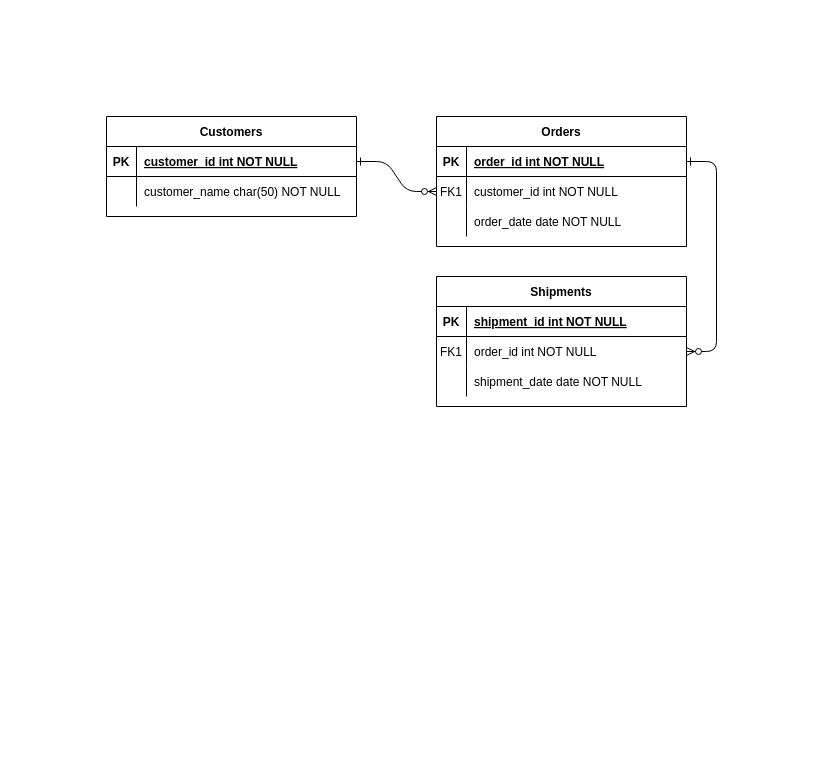
Above: Untitled Diagram.drawio in FatemeZahraAzad/repo (draw.io), before the change. Source tidied: cells renumbered, new cells numbered last; positions are measured from the earlier drawing's top-left corner, leaving out a move shared by most shapes. Both pictures are drawn from the tidied source at 100%, with x=0, y=0 at pixel (106, 116).
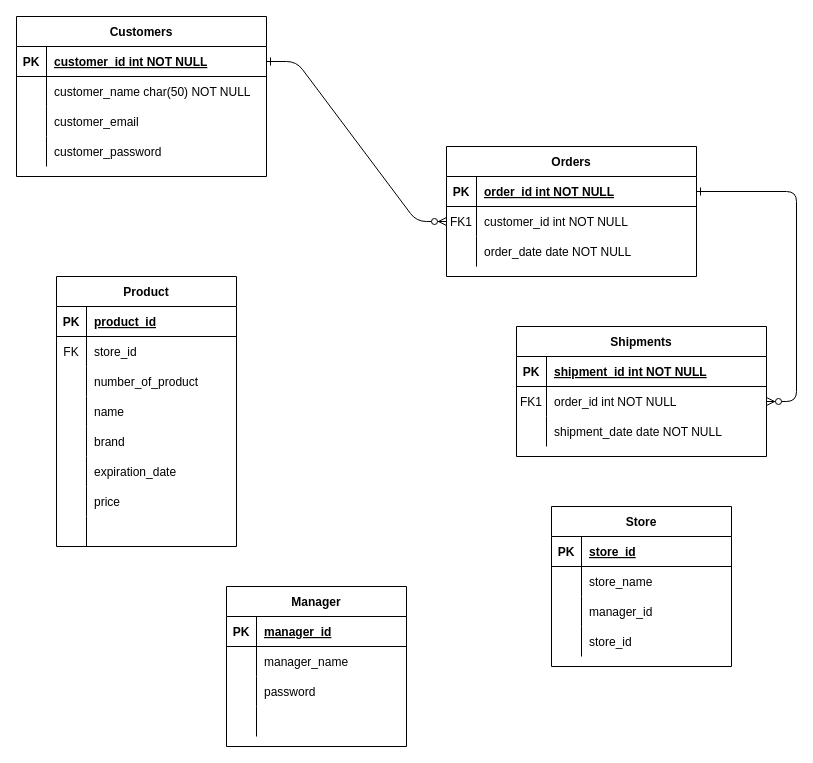
Above is the later version.

Change to the diagram source:
```diff
@@
     <mxCell id="4" value="Orders" style="shape=table;startSize=30;childLayout=tableLayout;rowLines=0;fontStyle=1;align=center;" parent="1" vertex="1">
-      <mxGeometry x="330" width="250" height="130" as="geometry" />
+      <mxGeometry x="340" y="30" width="250" height="130" as="geometry" />
     </mxCell>
@@
     <mxCell id="14" value="Shipments" style="shape=table;startSize=30;childLayout=tableLayout;rowLines=0;fontStyle=1;align=center;" parent="1" vertex="1">
-      <mxGeometry x="330" y="160" width="250" height="130" as="geometry" />
+      <mxGeometry x="410" y="210" width="250" height="130" as="geometry" />
     </mxCell>
@@
     <mxCell id="24" value="Customers" style="shape=table;startSize=30;childLayout=tableLayout;rowLines=0;fontStyle=1;align=center;" parent="1" vertex="1">
-      <mxGeometry width="250" height="100" as="geometry" />
+      <mxGeometry x="-90" y="-100" width="250" height="160" as="geometry" />
     </mxCell>
@@
+    <mxCell id="31" style="shape=partialRectangle;fillColor=none;top=0;left=0;right=0;bottom=0;" parent="24" vertex="1">
+      <mxGeometry y="60" width="250" height="30" as="geometry" />
+    </mxCell>
+    <mxCell id="32" style="shape=partialRectangle;overflow=hidden;fillColor=none;top=0;left=0;bottom=0;right=0;" parent="31" vertex="1">
+      <mxGeometry width="30" height="30" as="geometry" />
+    </mxCell>
+    <mxCell id="33" value="customer_name char(50) NOT NULL" style="shape=partialRectangle;overflow=hidden;fillColor=none;top=0;left=0;bottom=0;right=0;align=left;spacingLeft=6;" parent="31" vertex="1">
+      <mxGeometry x="30" width="220" height="30" as="geometry" />
+    </mxCell>
+    <mxCell id="34" style="shape=partialRectangle;fillColor=none;top=0;left=0;right=0;bottom=0;" parent="24" vertex="1">
+      <mxGeometry y="90" width="250" height="30" as="geometry" />
+    </mxCell>
+    <mxCell id="35" style="shape=partialRectangle;overflow=hidden;fillColor=none;top=0;left=0;bottom=0;right=0;" parent="34" vertex="1">
+      <mxGeometry width="30" height="30" as="geometry" />
+    </mxCell>
+    <mxCell id="36" value="customer_email" style="shape=partialRectangle;overflow=hidden;fillColor=none;top=0;left=0;bottom=0;right=0;align=left;spacingLeft=6;" parent="34" vertex="1">
+      <mxGeometry x="30" width="220" height="30" as="geometry" />
+    </mxCell>
     <mxCell id="28" style="shape=partialRectangle;fillColor=none;top=0;left=0;right=0;bottom=0;" parent="24" vertex="1">
-      <mxGeometry y="60" width="250" height="30" as="geometry" />
+      <mxGeometry y="120" width="250" height="30" as="geometry" />
     </mxCell>
@@
-    <mxCell id="30" value="customer_name char(50) NOT NULL" style="shape=partialRectangle;overflow=hidden;fillColor=none;top=0;left=0;bottom=0;right=0;align=left;spacingLeft=6;" parent="28" vertex="1">
+    <mxCell id="30" value="customer_password" style="shape=partialRectangle;overflow=hidden;fillColor=none;top=0;left=0;bottom=0;right=0;align=left;spacingLeft=6;" parent="28" vertex="1">
       <mxGeometry x="30" width="220" height="30" as="geometry" />
     </mxCell>
+    <mxCell id="37" value="Product" style="shape=table;startSize=30;childLayout=tableLayout;rowLines=0;fontStyle=1;align=center;" parent="1" vertex="1">
+      <mxGeometry x="-50" y="160" width="180" height="270" as="geometry" />
+    </mxCell>
+    <mxCell id="38" style="shape=partialRectangle;fillColor=none;top=0;left=0;bottom=1;right=0;" parent="37" vertex="1">
+      <mxGeometry y="30" width="180" height="30" as="geometry" />
+    </mxCell>
+    <mxCell id="39" value="PK" style="shape=partialRectangle;fillColor=none;top=0;left=0;bottom=0;right=0;fontStyle=1;overflow=hidden;" parent="38" vertex="1">
+      <mxGeometry width="30" height="30" as="geometry" />
+    </mxCell>
+    <mxCell id="40" value="product_id" style="shape=partialRectangle;fillColor=none;top=0;left=0;bottom=0;right=0;align=left;spacingLeft=6;fontStyle=5;overflow=hidden;" parent="38" vertex="1">
+      <mxGeometry x="30" width="150" height="30" as="geometry" />
+    </mxCell>
+    <mxCell id="41" style="shape=partialRectangle;fillColor=none;top=0;left=0;bottom=0;right=0;" parent="37" vertex="1">
+      <mxGeometry y="60" width="180" height="30" as="geometry" />
+    </mxCell>
+    <mxCell id="42" value="FK" style="shape=partialRectangle;fillColor=none;top=0;left=0;bottom=0;right=0;overflow=hidden;" parent="41" vertex="1">
+      <mxGeometry width="30" height="30" as="geometry" />
+    </mxCell>
+    <mxCell id="43" value="store_id" style="shape=partialRectangle;fillColor=none;top=0;left=0;bottom=0;right=0;align=left;spacingLeft=6;overflow=hidden;" parent="41" vertex="1">
+      <mxGeometry x="30" width="150" height="30" as="geometry" />
+    </mxCell>
+    <mxCell id="44" style="shape=partialRectangle;fillColor=none;top=0;left=0;bottom=0;right=0;" parent="37" vertex="1">
+      <mxGeometry y="90" width="180" height="30" as="geometry" />
+    </mxCell>
+    <mxCell id="45" style="shape=partialRectangle;fillColor=none;top=0;left=0;bottom=0;right=0;overflow=hidden;" parent="44" vertex="1">
+      <mxGeometry width="30" height="30" as="geometry" />
+    </mxCell>
+    <mxCell id="46" value="number_of_product" style="shape=partialRectangle;fillColor=none;top=0;left=0;bottom=0;right=0;align=left;spacingLeft=6;overflow=hidden;" parent="44" vertex="1">
+      <mxGeometry x="30" width="150" height="30" as="geometry" />
+    </mxCell>
+    <mxCell id="47" style="shape=partialRectangle;fillColor=none;top=0;left=0;bottom=0;right=0;" parent="37" vertex="1">
+      <mxGeometry y="120" width="180" height="30" as="geometry" />
+    </mxCell>
+    <mxCell id="48" style="shape=partialRectangle;fillColor=none;top=0;left=0;bottom=0;right=0;overflow=hidden;" parent="47" vertex="1">
+      <mxGeometry width="30" height="30" as="geometry" />
+    </mxCell>
+    <mxCell id="49" value="name" style="shape=partialRectangle;fillColor=none;top=0;left=0;bottom=0;right=0;align=left;spacingLeft=6;overflow=hidden;" parent="47" vertex="1">
+      <mxGeometry x="30" width="150" height="30" as="geometry" />
+    </mxCell>
+    <mxCell id="50" style="shape=partialRectangle;fillColor=none;top=0;left=0;bottom=0;right=0;" parent="37" vertex="1">
+      <mxGeometry y="150" width="180" height="30" as="geometry" />
+    </mxCell>
+    <mxCell id="51" style="shape=partialRectangle;fillColor=none;top=0;left=0;bottom=0;right=0;overflow=hidden;" parent="50" vertex="1">
+      <mxGeometry width="30" height="30" as="geometry" />
+    </mxCell>
+    <mxCell id="52" value="brand" style="shape=partialRectangle;fillColor=none;top=0;left=0;bottom=0;right=0;align=left;spacingLeft=6;overflow=hidden;" parent="50" vertex="1">
+      <mxGeometry x="30" width="150" height="30" as="geometry" />
+    </mxCell>
+    <mxCell id="53" style="shape=partialRectangle;fillColor=none;top=0;left=0;bottom=0;right=0;" parent="37" vertex="1">
+      <mxGeometry y="180" width="180" height="30" as="geometry" />
+    </mxCell>
+    <mxCell id="54" style="shape=partialRectangle;fillColor=none;top=0;left=0;bottom=0;right=0;overflow=hidden;" parent="53" vertex="1">
+      <mxGeometry width="30" height="30" as="geometry" />
+    </mxCell>
+    <mxCell id="55" value="expiration_date" style="shape=partialRectangle;fillColor=none;top=0;left=0;bottom=0;right=0;align=left;spacingLeft=6;overflow=hidden;" parent="53" vertex="1">
+      <mxGeometry x="30" width="150" height="30" as="geometry" />
+    </mxCell>
+    <mxCell id="56" style="shape=partialRectangle;fillColor=none;top=0;left=0;bottom=0;right=0;" parent="37" vertex="1">
+      <mxGeometry y="210" width="180" height="30" as="geometry" />
+    </mxCell>
+    <mxCell id="57" style="shape=partialRectangle;fillColor=none;top=0;left=0;bottom=0;right=0;overflow=hidden;" parent="56" vertex="1">
+      <mxGeometry width="30" height="30" as="geometry" />
+    </mxCell>
+    <mxCell id="58" value="price" style="shape=partialRectangle;fillColor=none;top=0;left=0;bottom=0;right=0;align=left;spacingLeft=6;overflow=hidden;" parent="56" vertex="1">
+      <mxGeometry x="30" width="150" height="30" as="geometry" />
+    </mxCell>
+    <mxCell id="59" style="shape=partialRectangle;fillColor=none;top=0;left=0;bottom=0;right=0;" parent="37" vertex="1">
+      <mxGeometry y="240" width="180" height="30" as="geometry" />
+    </mxCell>
+    <mxCell id="60" style="shape=partialRectangle;fillColor=none;top=0;left=0;bottom=0;right=0;overflow=hidden;" parent="59" vertex="1">
+      <mxGeometry width="30" height="30" as="geometry" />
+    </mxCell>
+    <mxCell id="61" style="shape=partialRectangle;fillColor=none;top=0;left=0;bottom=0;right=0;align=left;spacingLeft=6;overflow=hidden;" parent="59" vertex="1">
+      <mxGeometry x="30" width="150" height="30" as="geometry" />
+    </mxCell>
+    <mxCell id="62" value="Store" style="shape=table;startSize=30;childLayout=tableLayout;rowLines=0;fontStyle=1;align=center;" parent="1" vertex="1">
+      <mxGeometry x="445" y="390" width="180" height="160" as="geometry" />
+    </mxCell>
+    <mxCell id="63" style="shape=partialRectangle;fillColor=none;top=0;left=0;bottom=1;right=0;" parent="62" vertex="1">
+      <mxGeometry y="30" width="180" height="30" as="geometry" />
+    </mxCell>
+    <mxCell id="64" value="PK" style="shape=partialRectangle;fillColor=none;top=0;left=0;bottom=0;right=0;fontStyle=1;overflow=hidden;" parent="63" vertex="1">
+      <mxGeometry width="30" height="30" as="geometry" />
+    </mxCell>
+    <mxCell id="65" value="store_id" style="shape=partialRectangle;fillColor=none;top=0;left=0;bottom=0;right=0;align=left;spacingLeft=6;fontStyle=5;overflow=hidden;" parent="63" vertex="1">
+      <mxGeometry x="30" width="150" height="30" as="geometry" />
+    </mxCell>
+    <mxCell id="66" style="shape=partialRectangle;fillColor=none;top=0;left=0;bottom=0;right=0;" parent="62" vertex="1">
+      <mxGeometry y="60" width="180" height="30" as="geometry" />
+    </mxCell>
+    <mxCell id="67" style="shape=partialRectangle;fillColor=none;top=0;left=0;bottom=0;right=0;overflow=hidden;" parent="66" vertex="1">
+      <mxGeometry width="30" height="30" as="geometry" />
+    </mxCell>
+    <mxCell id="68" value="store_name" style="shape=partialRectangle;fillColor=none;top=0;left=0;bottom=0;right=0;align=left;spacingLeft=6;overflow=hidden;" parent="66" vertex="1">
+      <mxGeometry x="30" width="150" height="30" as="geometry" />
+    </mxCell>
+    <mxCell id="69" style="shape=partialRectangle;fillColor=none;top=0;left=0;bottom=0;right=0;" parent="62" vertex="1">
+      <mxGeometry y="90" width="180" height="30" as="geometry" />
+    </mxCell>
+    <mxCell id="70" style="shape=partialRectangle;fillColor=none;top=0;left=0;bottom=0;right=0;overflow=hidden;" parent="69" vertex="1">
+      <mxGeometry width="30" height="30" as="geometry" />
+    </mxCell>
+    <mxCell id="71" value="manager_id" style="shape=partialRectangle;fillColor=none;top=0;left=0;bottom=0;right=0;align=left;spacingLeft=6;overflow=hidden;" parent="69" vertex="1">
+      <mxGeometry x="30" width="150" height="30" as="geometry" />
+    </mxCell>
+    <mxCell id="72" style="shape=partialRectangle;fillColor=none;top=0;left=0;bottom=0;right=0;" parent="62" vertex="1">
+      <mxGeometry y="120" width="180" height="30" as="geometry" />
+    </mxCell>
+    <mxCell id="73" style="shape=partialRectangle;fillColor=none;top=0;left=0;bottom=0;right=0;overflow=hidden;" parent="72" vertex="1">
+      <mxGeometry width="30" height="30" as="geometry" />
+    </mxCell>
+    <mxCell id="74" value="store_id" style="shape=partialRectangle;fillColor=none;top=0;left=0;bottom=0;right=0;align=left;spacingLeft=6;overflow=hidden;" parent="72" vertex="1">
+      <mxGeometry x="30" width="150" height="30" as="geometry" />
+    </mxCell>
+    <mxCell id="75" value="Manager" style="shape=table;startSize=30;childLayout=tableLayout;rowLines=0;fontStyle=1;align=center;" parent="1" vertex="1">
+      <mxGeometry x="120" y="470" width="180" height="160" as="geometry" />
+    </mxCell>
+    <mxCell id="76" style="shape=partialRectangle;fillColor=none;top=0;left=0;bottom=1;right=0;" parent="75" vertex="1">
+      <mxGeometry y="30" width="180" height="30" as="geometry" />
+    </mxCell>
+    <mxCell id="77" value="PK" style="shape=partialRectangle;fillColor=none;top=0;left=0;bottom=0;right=0;fontStyle=1;overflow=hidden;" parent="76" vertex="1">
+      <mxGeometry width="30" height="30" as="geometry" />
+    </mxCell>
+    <mxCell id="78" value="manager_id" style="shape=partialRectangle;fillColor=none;top=0;left=0;bottom=0;right=0;align=left;spacingLeft=6;fontStyle=5;overflow=hidden;" parent="76" vertex="1">
+      <mxGeometry x="30" width="150" height="30" as="geometry" />
+    </mxCell>
+    <mxCell id="79" style="shape=partialRectangle;fillColor=none;top=0;left=0;bottom=0;right=0;" parent="75" vertex="1">
+      <mxGeometry y="60" width="180" height="30" as="geometry" />
+    </mxCell>
+    <mxCell id="80" style="shape=partialRectangle;fillColor=none;top=0;left=0;bottom=0;right=0;overflow=hidden;" parent="79" vertex="1">
+      <mxGeometry width="30" height="30" as="geometry" />
+    </mxCell>
+    <mxCell id="81" value="manager_name" style="shape=partialRectangle;fillColor=none;top=0;left=0;bottom=0;right=0;align=left;spacingLeft=6;overflow=hidden;" parent="79" vertex="1">
+      <mxGeometry x="30" width="150" height="30" as="geometry" />
+    </mxCell>
+    <mxCell id="82" style="shape=partialRectangle;fillColor=none;top=0;left=0;bottom=0;right=0;" parent="75" vertex="1">
+      <mxGeometry y="90" width="180" height="30" as="geometry" />
+    </mxCell>
+    <mxCell id="83" style="shape=partialRectangle;fillColor=none;top=0;left=0;bottom=0;right=0;overflow=hidden;" parent="82" vertex="1">
+      <mxGeometry width="30" height="30" as="geometry" />
+    </mxCell>
+    <mxCell id="84" value="password" style="shape=partialRectangle;fillColor=none;top=0;left=0;bottom=0;right=0;align=left;spacingLeft=6;overflow=hidden;" parent="82" vertex="1">
+      <mxGeometry x="30" width="150" height="30" as="geometry" />
+    </mxCell>
+    <mxCell id="85" style="shape=partialRectangle;fillColor=none;top=0;left=0;bottom=0;right=0;" parent="75" vertex="1">
+      <mxGeometry y="120" width="180" height="30" as="geometry" />
+    </mxCell>
+    <mxCell id="86" style="shape=partialRectangle;fillColor=none;top=0;left=0;bottom=0;right=0;overflow=hidden;" parent="85" vertex="1">
+      <mxGeometry width="30" height="30" as="geometry" />
+    </mxCell>
+    <mxCell id="87" style="shape=partialRectangle;fillColor=none;top=0;left=0;bottom=0;right=0;align=left;spacingLeft=6;overflow=hidden;" parent="85" vertex="1">
+      <mxGeometry x="30" width="150" height="30" as="geometry" />
+    </mxCell>
```
